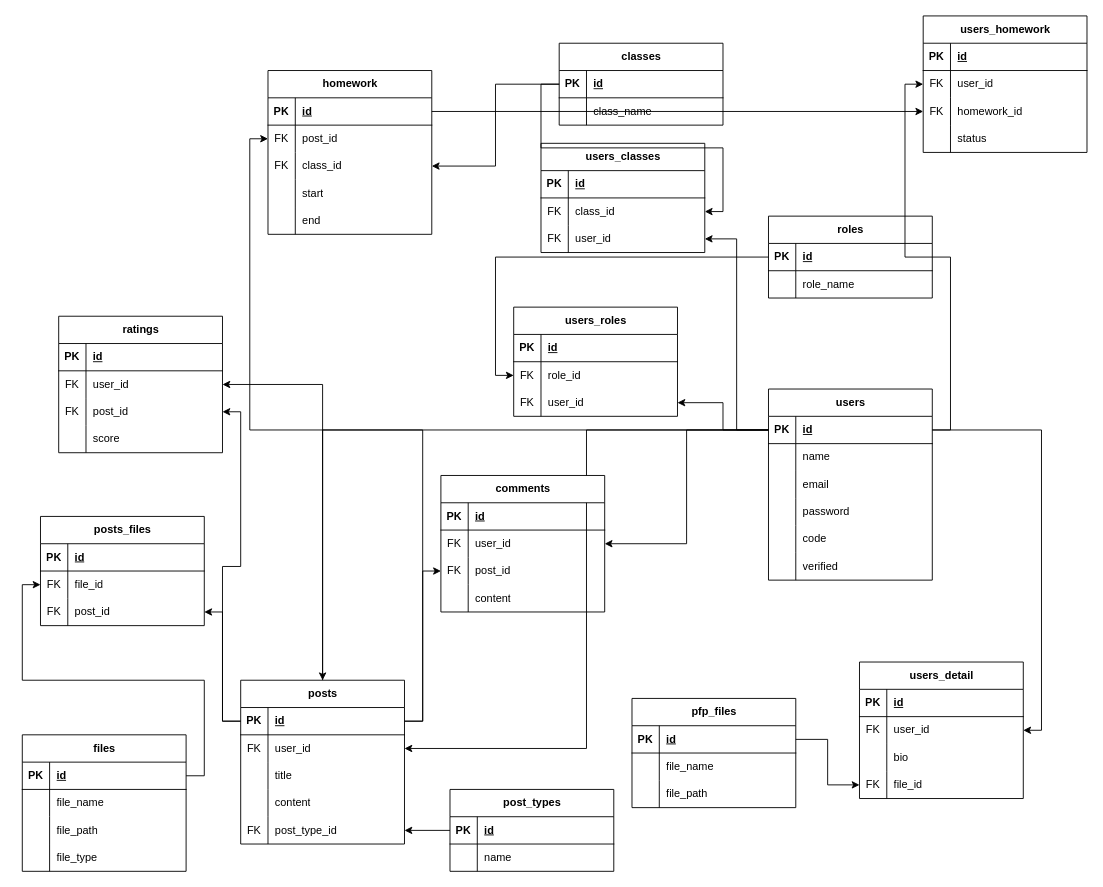
Above: sitedb.drawio in GadoGadoEnjoyer/GadoGadoEnjoyer (draw.io), before the change. Source tidied: cells renumbered, new cells numbered last; positions are measured from the earlier drawing's top-left corner, leaving out a move shared by most shapes. Both pictures are drawn from the tidied source at 91%, with x=0, y=0 at pixel (22, 15).
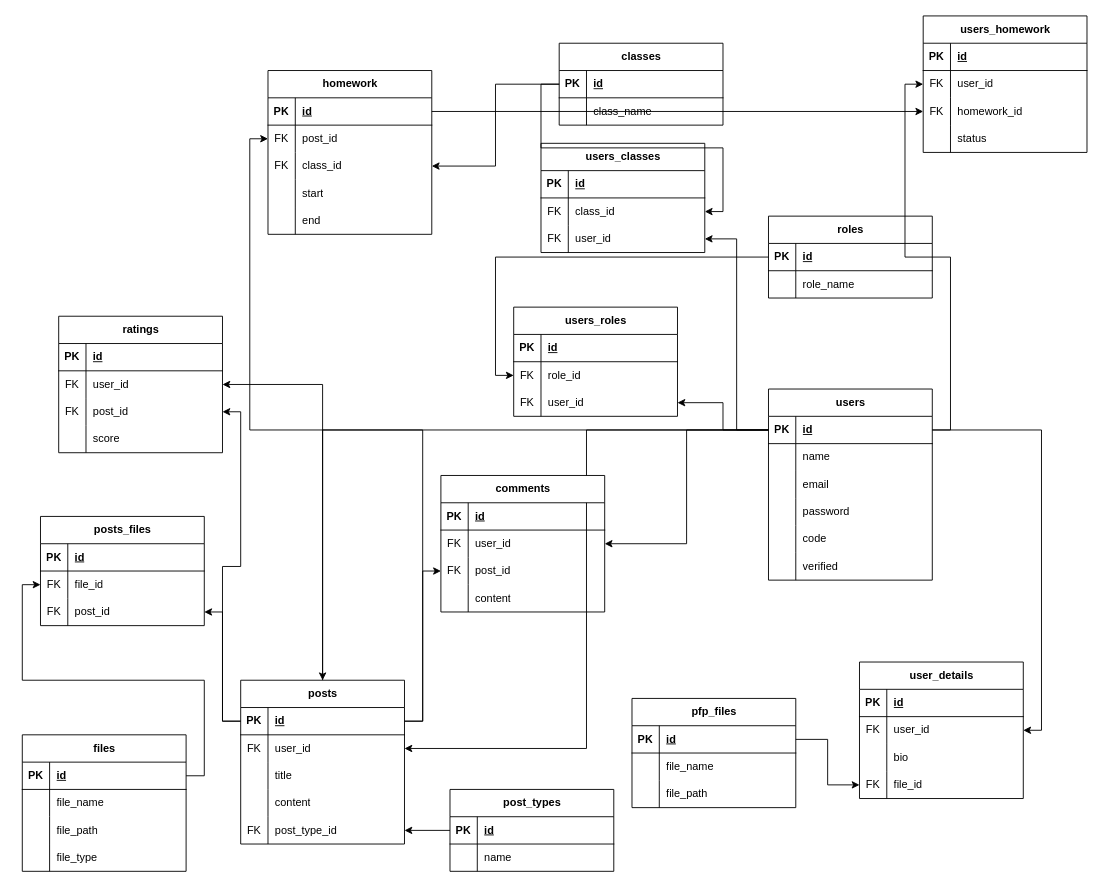
After the change.

The edit, as a diff of the source:
```diff
@@
-    <mxCell id="141" value="users_detail" style="shape=table;startSize=30;childLayout=tableLayout;rowLines=0;fontStyle=1;align=center;html=1;" parent="1" vertex="1">
+    <mxCell id="141" value="user_details" style="shape=table;startSize=30;childLayout=tableLayout;rowLines=0;fontStyle=1;align=center;html=1;" parent="1" vertex="1">
       <mxGeometry x="920" y="710" width="180" height="150" as="geometry" />
     </mxCell>
```
